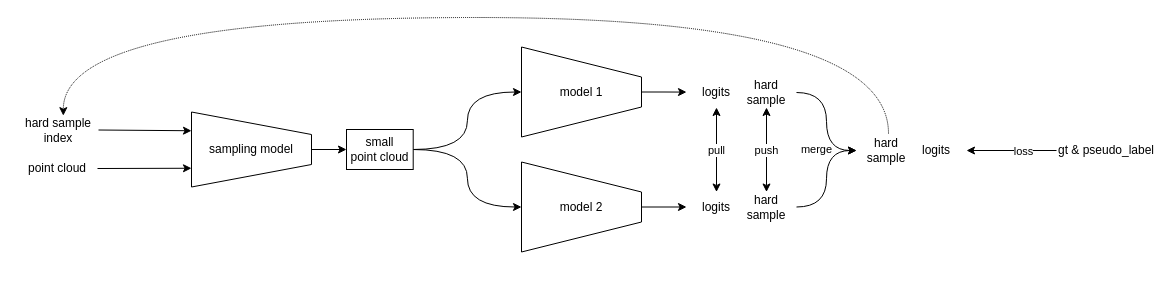
Above: hard-sample.drawio in world-executed/Draw.io (draw.io), before the change. Source tidied: cells renumbered, new cells numbered last; positions are measured from the earlier drawing's top-left corner, leaving out a move shared by most shapes. Both pictures are drawn from the tidied source at 100%, with x=0, y=0 at pixel (17, 17).
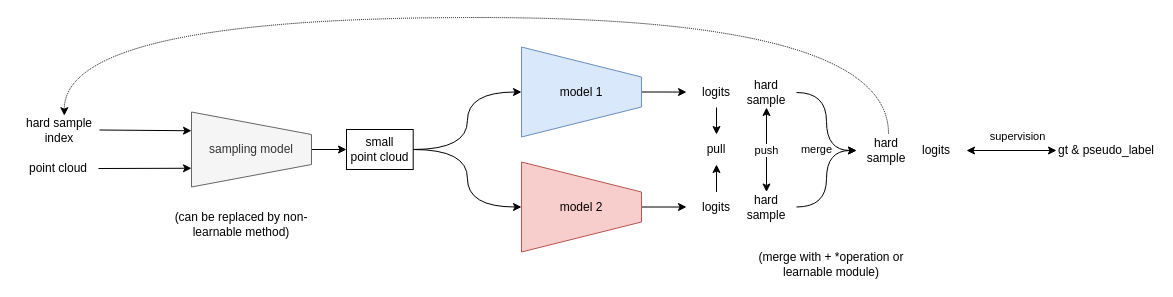
The same page after the edit.

Unchanged cells that the change refers to:
```xml
<mxCell id="15" value="logits" style="text;html=1;strokeColor=none;fillColor=none;align=center;verticalAlign=middle;whiteSpace=wrap;rounded=0;" parent="1" vertex="1">
  <mxGeometry x="669" y="60" width="60" height="30" as="geometry" />
</mxCell>
<mxCell id="18" value="logits" style="text;html=1;strokeColor=none;fillColor=none;align=center;verticalAlign=middle;whiteSpace=wrap;rounded=0;" parent="1" vertex="1">
  <mxGeometry x="669" y="174.5" width="60" height="30" as="geometry" />
</mxCell>
<mxCell id="25" value="gt &amp;amp; pseudo_label" style="text;html=1;strokeColor=none;fillColor=none;align=center;verticalAlign=middle;whiteSpace=wrap;rounded=0;" parent="1" vertex="1">
  <mxGeometry x="1039" y="118" width="100" height="30" as="geometry" />
</mxCell>
<mxCell id="28" value="logits" style="text;html=1;strokeColor=none;fillColor=none;align=center;verticalAlign=middle;whiteSpace=wrap;rounded=0;" parent="1" vertex="1">
  <mxGeometry x="889" y="118" width="60" height="30" as="geometry" />
</mxCell>
```

The edit, as a diff of the source:
```diff
@@
-    <mxCell id="3" value="sampling model" style="shape=trapezoid;perimeter=trapezoidPerimeter;whiteSpace=wrap;html=1;fixedSize=1;rotation=90;size=22.5;horizontal=0;" parent="1" vertex="1">
+    <mxCell id="3" value="sampling model" style="shape=trapezoid;perimeter=trapezoidPerimeter;whiteSpace=wrap;html=1;fixedSize=1;rotation=90;size=22.5;horizontal=0;fillColor=#f5f5f5;fontColor=#333333;strokeColor=#666666;" parent="1" vertex="1">
       <mxGeometry x="196.5" y="72" width="75" height="120" as="geometry" />
     </mxCell>
@@
     <mxCell id="6" value="hard sample index" style="text;html=1;strokeColor=none;fillColor=none;align=center;verticalAlign=middle;whiteSpace=wrap;rounded=0;" parent="1" vertex="1">
-      <mxGeometry x="1" y="97.5" width="80" height="30" as="geometry" />
+      <mxGeometry x="2" y="97.5" width="80" height="30" as="geometry" />
     </mxCell>
     <mxCell id="7" value="point cloud" style="text;html=1;strokeColor=none;fillColor=none;align=center;verticalAlign=middle;whiteSpace=wrap;rounded=0;" parent="1" vertex="1">
-      <mxGeometry y="136" width="80" height="30" as="geometry" />
+      <mxGeometry x="1" y="136" width="80" height="30" as="geometry" />
     </mxCell>
@@
-    <mxCell id="12" value="model 1" style="shape=trapezoid;perimeter=trapezoidPerimeter;whiteSpace=wrap;html=1;fixedSize=1;rotation=90;size=30;horizontal=0;" parent="1" vertex="1">
+    <mxCell id="12" value="model 1" style="shape=trapezoid;perimeter=trapezoidPerimeter;whiteSpace=wrap;html=1;fixedSize=1;rotation=90;size=30;horizontal=0;fillColor=#dae8fc;strokeColor=#6c8ebf;" parent="1" vertex="1">
       <mxGeometry x="519" y="14.5" width="90" height="120" as="geometry" />
     </mxCell>
@@
-    <mxCell id="14" value="model 2" style="shape=trapezoid;perimeter=trapezoidPerimeter;whiteSpace=wrap;html=1;fixedSize=1;rotation=90;size=30;horizontal=0;" parent="1" vertex="1">
+    <mxCell id="14" value="model 2" style="shape=trapezoid;perimeter=trapezoidPerimeter;whiteSpace=wrap;html=1;fixedSize=1;rotation=90;size=30;horizontal=0;fillColor=#f8cecc;strokeColor=#b85450;" parent="1" vertex="1">
       <mxGeometry x="519" y="129.5" width="90" height="120" as="geometry" />
     </mxCell>
+    <mxCell id="29" style="edgeStyle=orthogonalEdgeStyle;rounded=0;jettySize=auto;html=1;exitX=0.5;exitY=1;exitDx=0;exitDy=0;" parent="1" edge="1" source="15" target="21">
+      <mxGeometry relative="1" as="geometry" />
+    </mxCell>
@@
+    <mxCell id="30" style="edgeStyle=orthogonalEdgeStyle;rounded=0;jettySize=auto;html=1;" parent="1" edge="1" source="18" target="21">
+      <mxGeometry relative="1" as="geometry" />
+    </mxCell>
@@
-    <mxCell id="21" value="pull" style="endArrow=classic;startArrow=classic;html=1;rounded=0;entryX=0.5;entryY=1;entryDx=0;entryDy=0;" parent="1" edge="1" source="18" target="15">
-      <mxGeometry relative="1" as="geometry" />
-    </mxCell>
@@
-    <mxCell id="23" style="edgeStyle=orthogonalEdgeStyle;rounded=0;jettySize=auto;html=1;entryX=1;entryY=0.5;entryDx=0;entryDy=0;" parent="1" edge="1" source="25" target="28">
+    <mxCell id="23" style="edgeStyle=orthogonalEdgeStyle;rounded=0;jettySize=auto;html=1;entryX=1;entryY=0.5;entryDx=0;entryDy=0;startArrow=classic;startFill=1;" parent="1" edge="1" source="25" target="28">
       <mxGeometry relative="1" as="geometry" />
     </mxCell>
-    <mxCell id="24" value="loss" style="edgeLabel;html=1;align=center;verticalAlign=middle;" parent="23" vertex="1">
-      <mxGeometry x="-0.24" relative="1" as="geometry" />
+    <mxCell id="24" value="supervision" style="edgeLabel;html=1;align=center;verticalAlign=middle;" parent="23" vertex="1">
+      <mxGeometry x="-0.24" relative="1" as="geometry">
+        <mxPoint x="-6" y="-15" as="offset" />
+      </mxGeometry>
     </mxCell>
@@
+    <mxCell id="31" value="(can be replaced by non-learnable method)" style="text;html=1;strokeColor=none;fillColor=none;align=center;verticalAlign=middle;whiteSpace=wrap;rounded=0;" parent="1" vertex="1">
+      <mxGeometry x="149" y="192" width="150" height="30" as="geometry" />
+    </mxCell>
+    <mxCell id="32" value="(merge with + *operation or learnable module)" style="text;html=1;strokeColor=none;fillColor=none;align=center;verticalAlign=middle;whiteSpace=wrap;rounded=0;" parent="1" vertex="1">
+      <mxGeometry x="739" y="232" width="150" height="30" as="geometry" />
+    </mxCell>
+    <mxCell id="21" value="pull" style="text;html=1;strokeColor=none;fillColor=none;align=center;verticalAlign=middle;whiteSpace=wrap;rounded=0;" parent="1" vertex="1">
+      <mxGeometry x="669" y="117" width="60" height="30" as="geometry" />
+    </mxCell>
```
